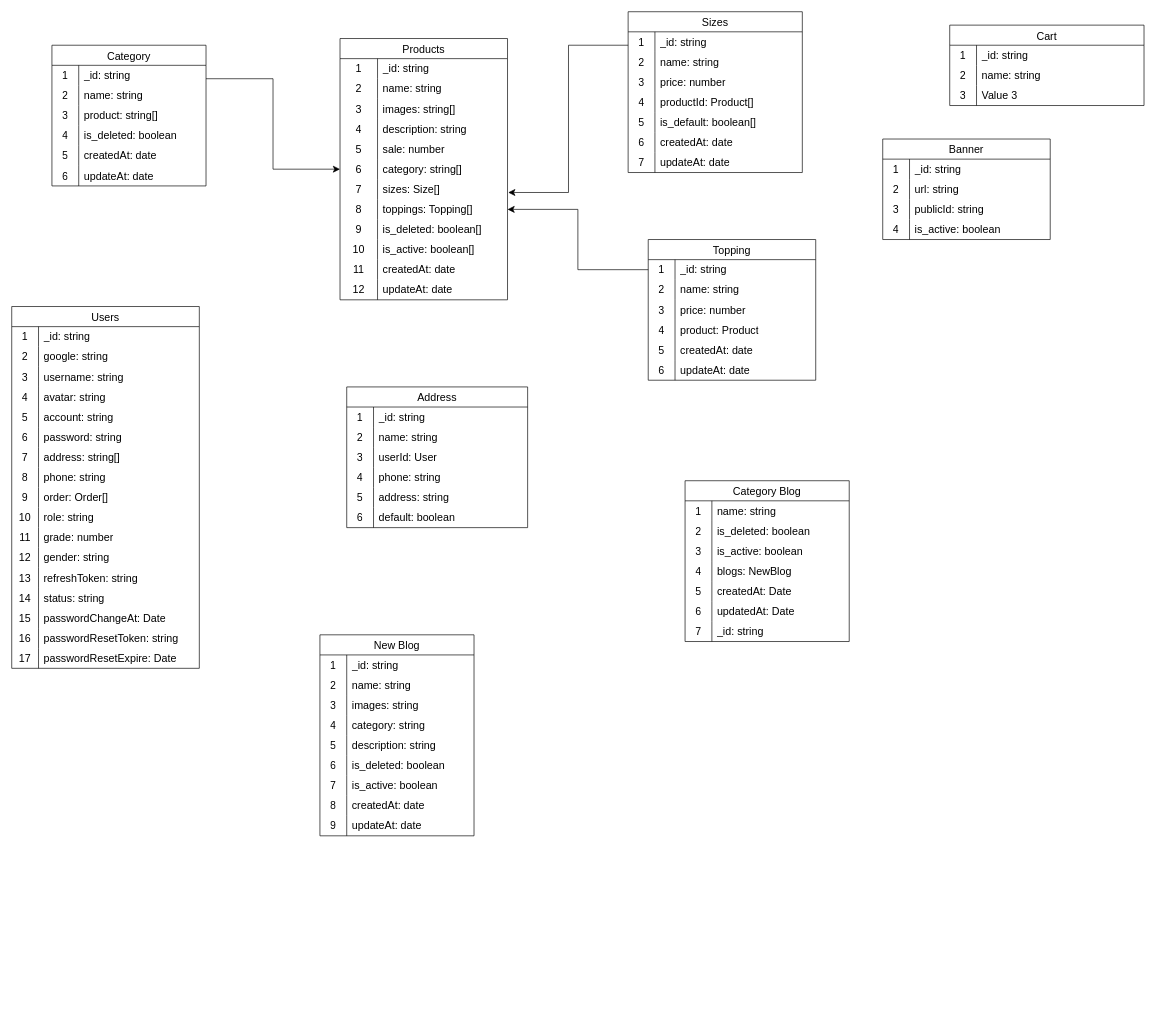
The draw.io diagram da.drawio in dangtienhung/datn-admin-quan-ly-cua-hang, before the edit. Source tidied: cells renumbered, new cells numbered last; positions are measured from the earlier drawing's top-left corner, leaving out a move shared by most shapes. Both pictures are drawn from the tidied source at 67%, with x=0, y=0 at pixel (11, 11).
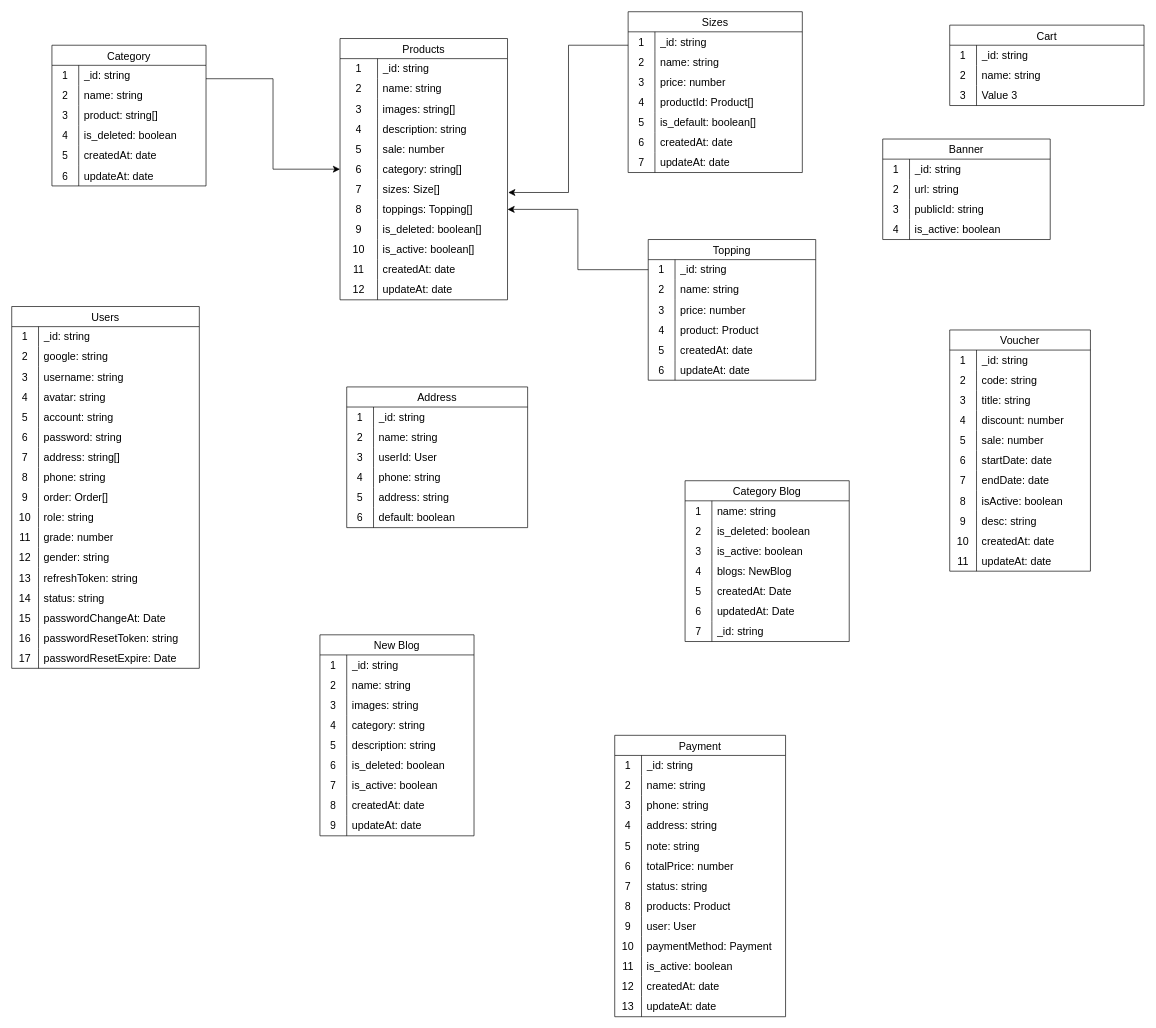
The same page after the edit.

Commit message (it also covers changes not shown here):
Cập nhật da.drawio

What changed in the source:
```diff
@@
+    <mxCell id="246" value="Payment" style="shape=table;startSize=30;childLayout=tableLayout;rowLines=0;fontStyle=0;strokeColor=default;fontSize=16;" parent="1" vertex="1">
+      <mxGeometry x="900" y="1080" width="255" height="420" as="geometry" />
+    </mxCell>
+    <mxCell id="247" style="shape=tableRow;horizontal=0;startSize=0;swimlaneHead=0;swimlaneBody=0;top=0;left=0;bottom=0;right=0;fillColor=none;strokeColor=inherit;fontSize=16;" parent="246" vertex="1">
+      <mxGeometry y="30" width="255" height="30" as="geometry" />
+    </mxCell>
+    <mxCell id="248" value="1" style="shape=partialRectangle;html=1;whiteSpace=wrap;fillColor=none;top=0;left=0;bottom=0;right=0;overflow=hidden;strokeColor=inherit;fontSize=16;" parent="247" vertex="1">
+      <mxGeometry width="40" height="30" as="geometry" />
+    </mxCell>
+    <mxCell id="249" value="_id: string" style="shape=partialRectangle;html=1;whiteSpace=wrap;fillColor=none;top=0;left=0;bottom=0;right=0;align=left;spacingLeft=6;overflow=hidden;strokeColor=inherit;fontSize=16;" parent="247" vertex="1">
+      <mxGeometry x="40" width="215" height="30" as="geometry" />
+    </mxCell>
+    <mxCell id="250" style="shape=tableRow;horizontal=0;startSize=0;swimlaneHead=0;swimlaneBody=0;top=0;left=0;bottom=0;right=0;fillColor=none;strokeColor=inherit;fontSize=16;" parent="246" vertex="1">
+      <mxGeometry y="60" width="255" height="30" as="geometry" />
+    </mxCell>
+    <mxCell id="251" value="2" style="shape=partialRectangle;html=1;whiteSpace=wrap;fillColor=none;top=0;left=0;bottom=0;right=0;overflow=hidden;strokeColor=inherit;fontSize=16;" parent="250" vertex="1">
+      <mxGeometry width="40" height="30" as="geometry" />
+    </mxCell>
+    <mxCell id="252" value="name: string" style="shape=partialRectangle;html=1;whiteSpace=wrap;fillColor=none;top=0;left=0;bottom=0;right=0;align=left;spacingLeft=6;overflow=hidden;strokeColor=inherit;fontSize=16;" parent="250" vertex="1">
+      <mxGeometry x="40" width="215" height="30" as="geometry" />
+    </mxCell>
+    <mxCell id="253" style="shape=tableRow;horizontal=0;startSize=0;swimlaneHead=0;swimlaneBody=0;top=0;left=0;bottom=0;right=0;fillColor=none;strokeColor=inherit;fontSize=16;" parent="246" vertex="1">
+      <mxGeometry y="90" width="255" height="30" as="geometry" />
+    </mxCell>
+    <mxCell id="254" value="3" style="shape=partialRectangle;html=1;whiteSpace=wrap;fillColor=none;top=0;left=0;bottom=0;right=0;overflow=hidden;strokeColor=inherit;fontSize=16;" parent="253" vertex="1">
+      <mxGeometry width="40" height="30" as="geometry" />
+    </mxCell>
+    <mxCell id="255" value="phone: string" style="shape=partialRectangle;html=1;whiteSpace=wrap;fillColor=none;top=0;left=0;bottom=0;right=0;align=left;spacingLeft=6;overflow=hidden;strokeColor=inherit;fontSize=16;" parent="253" vertex="1">
+      <mxGeometry x="40" width="215" height="30" as="geometry" />
+    </mxCell>
+    <mxCell id="256" style="shape=tableRow;horizontal=0;startSize=0;swimlaneHead=0;swimlaneBody=0;top=0;left=0;bottom=0;right=0;fillColor=none;strokeColor=inherit;fontSize=16;" parent="246" vertex="1">
+      <mxGeometry y="120" width="255" height="30" as="geometry" />
+    </mxCell>
+    <mxCell id="257" value="4" style="shape=partialRectangle;html=1;whiteSpace=wrap;fillColor=none;top=0;left=0;bottom=0;right=0;overflow=hidden;strokeColor=inherit;fontSize=16;" parent="256" vertex="1">
+      <mxGeometry width="40" height="30" as="geometry" />
+    </mxCell>
+    <mxCell id="258" value="address: string" style="shape=partialRectangle;html=1;whiteSpace=wrap;fillColor=none;top=0;left=0;bottom=0;right=0;align=left;spacingLeft=6;overflow=hidden;strokeColor=inherit;fontSize=16;" parent="256" vertex="1">
+      <mxGeometry x="40" width="215" height="30" as="geometry" />
+    </mxCell>
+    <mxCell id="259" style="shape=tableRow;horizontal=0;startSize=0;swimlaneHead=0;swimlaneBody=0;top=0;left=0;bottom=0;right=0;fillColor=none;strokeColor=inherit;fontSize=16;" parent="246" vertex="1">
+      <mxGeometry y="150" width="255" height="30" as="geometry" />
+    </mxCell>
+    <mxCell id="260" value="5" style="shape=partialRectangle;html=1;whiteSpace=wrap;fillColor=none;top=0;left=0;bottom=0;right=0;overflow=hidden;strokeColor=inherit;fontSize=16;" parent="259" vertex="1">
+      <mxGeometry width="40" height="30" as="geometry" />
+    </mxCell>
+    <mxCell id="261" value="note: string" style="shape=partialRectangle;html=1;whiteSpace=wrap;fillColor=none;top=0;left=0;bottom=0;right=0;align=left;spacingLeft=6;overflow=hidden;strokeColor=inherit;fontSize=16;" parent="259" vertex="1">
+      <mxGeometry x="40" width="215" height="30" as="geometry" />
+    </mxCell>
+    <mxCell id="262" style="shape=tableRow;horizontal=0;startSize=0;swimlaneHead=0;swimlaneBody=0;top=0;left=0;bottom=0;right=0;fillColor=none;strokeColor=inherit;fontSize=16;" parent="246" vertex="1">
+      <mxGeometry y="180" width="255" height="30" as="geometry" />
+    </mxCell>
+    <mxCell id="263" value="6" style="shape=partialRectangle;html=1;whiteSpace=wrap;fillColor=none;top=0;left=0;bottom=0;right=0;overflow=hidden;strokeColor=inherit;fontSize=16;" parent="262" vertex="1">
+      <mxGeometry width="40" height="30" as="geometry" />
+    </mxCell>
+    <mxCell id="264" value="totalPrice: number" style="shape=partialRectangle;html=1;whiteSpace=wrap;fillColor=none;top=0;left=0;bottom=0;right=0;align=left;spacingLeft=6;overflow=hidden;strokeColor=inherit;fontSize=16;" parent="262" vertex="1">
+      <mxGeometry x="40" width="215" height="30" as="geometry" />
+    </mxCell>
+    <mxCell id="265" style="shape=tableRow;horizontal=0;startSize=0;swimlaneHead=0;swimlaneBody=0;top=0;left=0;bottom=0;right=0;fillColor=none;strokeColor=inherit;fontSize=16;" parent="246" vertex="1">
+      <mxGeometry y="210" width="255" height="30" as="geometry" />
+    </mxCell>
+    <mxCell id="266" value="7" style="shape=partialRectangle;html=1;whiteSpace=wrap;fillColor=none;top=0;left=0;bottom=0;right=0;overflow=hidden;strokeColor=inherit;fontSize=16;" parent="265" vertex="1">
+      <mxGeometry width="40" height="30" as="geometry" />
+    </mxCell>
+    <mxCell id="267" value="status: string" style="shape=partialRectangle;html=1;whiteSpace=wrap;fillColor=none;top=0;left=0;bottom=0;right=0;align=left;spacingLeft=6;overflow=hidden;strokeColor=inherit;fontSize=16;" parent="265" vertex="1">
+      <mxGeometry x="40" width="215" height="30" as="geometry" />
+    </mxCell>
+    <mxCell id="268" style="shape=tableRow;horizontal=0;startSize=0;swimlaneHead=0;swimlaneBody=0;top=0;left=0;bottom=0;right=0;fillColor=none;strokeColor=inherit;fontSize=16;" parent="246" vertex="1">
+      <mxGeometry y="240" width="255" height="30" as="geometry" />
+    </mxCell>
+    <mxCell id="269" value="8" style="shape=partialRectangle;html=1;whiteSpace=wrap;fillColor=none;top=0;left=0;bottom=0;right=0;overflow=hidden;strokeColor=inherit;fontSize=16;" parent="268" vertex="1">
+      <mxGeometry width="40" height="30" as="geometry" />
+    </mxCell>
+    <mxCell id="270" value="products: Product" style="shape=partialRectangle;html=1;whiteSpace=wrap;fillColor=none;top=0;left=0;bottom=0;right=0;align=left;spacingLeft=6;overflow=hidden;strokeColor=inherit;fontSize=16;" parent="268" vertex="1">
+      <mxGeometry x="40" width="215" height="30" as="geometry" />
+    </mxCell>
+    <mxCell id="271" style="shape=tableRow;horizontal=0;startSize=0;swimlaneHead=0;swimlaneBody=0;top=0;left=0;bottom=0;right=0;fillColor=none;strokeColor=inherit;fontSize=16;" parent="246" vertex="1">
+      <mxGeometry y="270" width="255" height="30" as="geometry" />
+    </mxCell>
+    <mxCell id="272" value="9" style="shape=partialRectangle;html=1;whiteSpace=wrap;fillColor=none;top=0;left=0;bottom=0;right=0;overflow=hidden;strokeColor=inherit;fontSize=16;" parent="271" vertex="1">
+      <mxGeometry width="40" height="30" as="geometry" />
+    </mxCell>
+    <mxCell id="273" value="user: User" style="shape=partialRectangle;html=1;whiteSpace=wrap;fillColor=none;top=0;left=0;bottom=0;right=0;align=left;spacingLeft=6;overflow=hidden;strokeColor=inherit;fontSize=16;" parent="271" vertex="1">
+      <mxGeometry x="40" width="215" height="30" as="geometry" />
+    </mxCell>
+    <mxCell id="274" style="shape=tableRow;horizontal=0;startSize=0;swimlaneHead=0;swimlaneBody=0;top=0;left=0;bottom=0;right=0;fillColor=none;strokeColor=inherit;fontSize=16;" parent="246" vertex="1">
+      <mxGeometry y="300" width="255" height="30" as="geometry" />
+    </mxCell>
+    <mxCell id="275" value="10" style="shape=partialRectangle;html=1;whiteSpace=wrap;fillColor=none;top=0;left=0;bottom=0;right=0;overflow=hidden;strokeColor=inherit;fontSize=16;" parent="274" vertex="1">
+      <mxGeometry width="40" height="30" as="geometry" />
+    </mxCell>
+    <mxCell id="276" value="paymentMethod: Payment" style="shape=partialRectangle;html=1;whiteSpace=wrap;fillColor=none;top=0;left=0;bottom=0;right=0;align=left;spacingLeft=6;overflow=hidden;strokeColor=inherit;fontSize=16;" parent="274" vertex="1">
+      <mxGeometry x="40" width="215" height="30" as="geometry" />
+    </mxCell>
+    <mxCell id="277" style="shape=tableRow;horizontal=0;startSize=0;swimlaneHead=0;swimlaneBody=0;top=0;left=0;bottom=0;right=0;fillColor=none;strokeColor=inherit;fontSize=16;" parent="246" vertex="1">
+      <mxGeometry y="330" width="255" height="30" as="geometry" />
+    </mxCell>
+    <mxCell id="278" value="11" style="shape=partialRectangle;html=1;whiteSpace=wrap;fillColor=none;top=0;left=0;bottom=0;right=0;overflow=hidden;strokeColor=inherit;fontSize=16;" parent="277" vertex="1">
+      <mxGeometry width="40" height="30" as="geometry" />
+    </mxCell>
+    <mxCell id="279" value="is_active: boolean" style="shape=partialRectangle;html=1;whiteSpace=wrap;fillColor=none;top=0;left=0;bottom=0;right=0;align=left;spacingLeft=6;overflow=hidden;strokeColor=inherit;fontSize=16;" parent="277" vertex="1">
+      <mxGeometry x="40" width="215" height="30" as="geometry" />
+    </mxCell>
+    <mxCell id="280" style="shape=tableRow;horizontal=0;startSize=0;swimlaneHead=0;swimlaneBody=0;top=0;left=0;bottom=0;right=0;fillColor=none;strokeColor=inherit;fontSize=16;" parent="246" vertex="1">
+      <mxGeometry y="360" width="255" height="30" as="geometry" />
+    </mxCell>
+    <mxCell id="281" value="12" style="shape=partialRectangle;html=1;whiteSpace=wrap;fillColor=none;top=0;left=0;bottom=0;right=0;overflow=hidden;strokeColor=inherit;fontSize=16;" parent="280" vertex="1">
+      <mxGeometry width="40" height="30" as="geometry" />
+    </mxCell>
+    <mxCell id="282" value="createdAt: date" style="shape=partialRectangle;html=1;whiteSpace=wrap;fillColor=none;top=0;left=0;bottom=0;right=0;align=left;spacingLeft=6;overflow=hidden;strokeColor=inherit;fontSize=16;" parent="280" vertex="1">
+      <mxGeometry x="40" width="215" height="30" as="geometry" />
+    </mxCell>
+    <mxCell id="283" style="shape=tableRow;horizontal=0;startSize=0;swimlaneHead=0;swimlaneBody=0;top=0;left=0;bottom=0;right=0;fillColor=none;strokeColor=inherit;fontSize=16;" parent="246" vertex="1">
+      <mxGeometry y="390" width="255" height="30" as="geometry" />
+    </mxCell>
+    <mxCell id="284" value="13" style="shape=partialRectangle;html=1;whiteSpace=wrap;fillColor=none;top=0;left=0;bottom=0;right=0;overflow=hidden;strokeColor=inherit;fontSize=16;" parent="283" vertex="1">
+      <mxGeometry width="40" height="30" as="geometry" />
+    </mxCell>
+    <mxCell id="285" value="updateAt: date" style="shape=partialRectangle;html=1;whiteSpace=wrap;fillColor=none;top=0;left=0;bottom=0;right=0;align=left;spacingLeft=6;overflow=hidden;strokeColor=inherit;fontSize=16;" parent="283" vertex="1">
+      <mxGeometry x="40" width="215" height="30" as="geometry" />
+    </mxCell>
+    <mxCell id="286" value="Voucher" style="shape=table;startSize=30;childLayout=tableLayout;rowLines=0;fontStyle=0;strokeColor=default;fontSize=16;" parent="1" vertex="1">
+      <mxGeometry x="1400" y="475" width="210" height="360" as="geometry" />
+    </mxCell>
+    <mxCell id="287" style="shape=tableRow;horizontal=0;startSize=0;swimlaneHead=0;swimlaneBody=0;top=0;left=0;bottom=0;right=0;fillColor=none;strokeColor=inherit;fontSize=16;" parent="286" vertex="1">
+      <mxGeometry y="30" width="210" height="30" as="geometry" />
+    </mxCell>
+    <mxCell id="288" value="1" style="shape=partialRectangle;html=1;whiteSpace=wrap;fillColor=none;top=0;left=0;bottom=0;right=0;overflow=hidden;strokeColor=inherit;fontSize=16;" parent="287" vertex="1">
+      <mxGeometry width="40" height="30" as="geometry" />
+    </mxCell>
+    <mxCell id="289" value="_id: string" style="shape=partialRectangle;html=1;whiteSpace=wrap;fillColor=none;top=0;left=0;bottom=0;right=0;align=left;spacingLeft=6;overflow=hidden;strokeColor=inherit;fontSize=16;" parent="287" vertex="1">
+      <mxGeometry x="40" width="170" height="30" as="geometry" />
+    </mxCell>
+    <mxCell id="290" style="shape=tableRow;horizontal=0;startSize=0;swimlaneHead=0;swimlaneBody=0;top=0;left=0;bottom=0;right=0;fillColor=none;strokeColor=inherit;fontSize=16;" parent="286" vertex="1">
+      <mxGeometry y="60" width="210" height="30" as="geometry" />
+    </mxCell>
+    <mxCell id="291" value="2" style="shape=partialRectangle;html=1;whiteSpace=wrap;fillColor=none;top=0;left=0;bottom=0;right=0;overflow=hidden;strokeColor=inherit;fontSize=16;" parent="290" vertex="1">
+      <mxGeometry width="40" height="30" as="geometry" />
+    </mxCell>
+    <mxCell id="292" value="code: string" style="shape=partialRectangle;html=1;whiteSpace=wrap;fillColor=none;top=0;left=0;bottom=0;right=0;align=left;spacingLeft=6;overflow=hidden;strokeColor=inherit;fontSize=16;" parent="290" vertex="1">
+      <mxGeometry x="40" width="170" height="30" as="geometry" />
+    </mxCell>
+    <mxCell id="293" style="shape=tableRow;horizontal=0;startSize=0;swimlaneHead=0;swimlaneBody=0;top=0;left=0;bottom=0;right=0;fillColor=none;strokeColor=inherit;fontSize=16;" parent="286" vertex="1">
+      <mxGeometry y="90" width="210" height="30" as="geometry" />
+    </mxCell>
+    <mxCell id="294" value="3" style="shape=partialRectangle;html=1;whiteSpace=wrap;fillColor=none;top=0;left=0;bottom=0;right=0;overflow=hidden;strokeColor=inherit;fontSize=16;" parent="293" vertex="1">
+      <mxGeometry width="40" height="30" as="geometry" />
+    </mxCell>
+    <mxCell id="295" value="title: string" style="shape=partialRectangle;html=1;whiteSpace=wrap;fillColor=none;top=0;left=0;bottom=0;right=0;align=left;spacingLeft=6;overflow=hidden;strokeColor=inherit;fontSize=16;" parent="293" vertex="1">
+      <mxGeometry x="40" width="170" height="30" as="geometry" />
+    </mxCell>
+    <mxCell id="296" style="shape=tableRow;horizontal=0;startSize=0;swimlaneHead=0;swimlaneBody=0;top=0;left=0;bottom=0;right=0;fillColor=none;strokeColor=inherit;fontSize=16;" parent="286" vertex="1">
+      <mxGeometry y="120" width="210" height="30" as="geometry" />
+    </mxCell>
+    <mxCell id="297" value="4" style="shape=partialRectangle;html=1;whiteSpace=wrap;fillColor=none;top=0;left=0;bottom=0;right=0;overflow=hidden;strokeColor=inherit;fontSize=16;" parent="296" vertex="1">
+      <mxGeometry width="40" height="30" as="geometry" />
+    </mxCell>
+    <mxCell id="298" value="discount: number" style="shape=partialRectangle;html=1;whiteSpace=wrap;fillColor=none;top=0;left=0;bottom=0;right=0;align=left;spacingLeft=6;overflow=hidden;strokeColor=inherit;fontSize=16;" parent="296" vertex="1">
+      <mxGeometry x="40" width="170" height="30" as="geometry" />
+    </mxCell>
+    <mxCell id="299" style="shape=tableRow;horizontal=0;startSize=0;swimlaneHead=0;swimlaneBody=0;top=0;left=0;bottom=0;right=0;fillColor=none;strokeColor=inherit;fontSize=16;" parent="286" vertex="1">
+      <mxGeometry y="150" width="210" height="30" as="geometry" />
+    </mxCell>
+    <mxCell id="300" value="5" style="shape=partialRectangle;html=1;whiteSpace=wrap;fillColor=none;top=0;left=0;bottom=0;right=0;overflow=hidden;strokeColor=inherit;fontSize=16;" parent="299" vertex="1">
+      <mxGeometry width="40" height="30" as="geometry" />
+    </mxCell>
+    <mxCell id="301" value="sale: number" style="shape=partialRectangle;html=1;whiteSpace=wrap;fillColor=none;top=0;left=0;bottom=0;right=0;align=left;spacingLeft=6;overflow=hidden;strokeColor=inherit;fontSize=16;" parent="299" vertex="1">
+      <mxGeometry x="40" width="170" height="30" as="geometry" />
+    </mxCell>
+    <mxCell id="302" style="shape=tableRow;horizontal=0;startSize=0;swimlaneHead=0;swimlaneBody=0;top=0;left=0;bottom=0;right=0;fillColor=none;strokeColor=inherit;fontSize=16;" parent="286" vertex="1">
+      <mxGeometry y="180" width="210" height="30" as="geometry" />
+    </mxCell>
+    <mxCell id="303" value="6" style="shape=partialRectangle;html=1;whiteSpace=wrap;fillColor=none;top=0;left=0;bottom=0;right=0;overflow=hidden;strokeColor=inherit;fontSize=16;" parent="302" vertex="1">
+      <mxGeometry width="40" height="30" as="geometry" />
+    </mxCell>
+    <mxCell id="304" value="startDate: date" style="shape=partialRectangle;html=1;whiteSpace=wrap;fillColor=none;top=0;left=0;bottom=0;right=0;align=left;spacingLeft=6;overflow=hidden;strokeColor=inherit;fontSize=16;" parent="302" vertex="1">
+      <mxGeometry x="40" width="170" height="30" as="geometry" />
+    </mxCell>
+    <mxCell id="305" style="shape=tableRow;horizontal=0;startSize=0;swimlaneHead=0;swimlaneBody=0;top=0;left=0;bottom=0;right=0;fillColor=none;strokeColor=inherit;fontSize=16;" parent="286" vertex="1">
+      <mxGeometry y="210" width="210" height="30" as="geometry" />
+    </mxCell>
+    <mxCell id="306" value="7" style="shape=partialRectangle;html=1;whiteSpace=wrap;fillColor=none;top=0;left=0;bottom=0;right=0;overflow=hidden;strokeColor=inherit;fontSize=16;" parent="305" vertex="1">
+      <mxGeometry width="40" height="30" as="geometry" />
+    </mxCell>
+    <mxCell id="307" value="endDate: date" style="shape=partialRectangle;html=1;whiteSpace=wrap;fillColor=none;top=0;left=0;bottom=0;right=0;align=left;spacingLeft=6;overflow=hidden;strokeColor=inherit;fontSize=16;" parent="305" vertex="1">
+      <mxGeometry x="40" width="170" height="30" as="geometry" />
+    </mxCell>
+    <mxCell id="308" style="shape=tableRow;horizontal=0;startSize=0;swimlaneHead=0;swimlaneBody=0;top=0;left=0;bottom=0;right=0;fillColor=none;strokeColor=inherit;fontSize=16;" parent="286" vertex="1">
+      <mxGeometry y="240" width="210" height="30" as="geometry" />
+    </mxCell>
+    <mxCell id="309" value="8" style="shape=partialRectangle;html=1;whiteSpace=wrap;fillColor=none;top=0;left=0;bottom=0;right=0;overflow=hidden;strokeColor=inherit;fontSize=16;" parent="308" vertex="1">
+      <mxGeometry width="40" height="30" as="geometry" />
+    </mxCell>
+    <mxCell id="310" value="isActive: boolean" style="shape=partialRectangle;html=1;whiteSpace=wrap;fillColor=none;top=0;left=0;bottom=0;right=0;align=left;spacingLeft=6;overflow=hidden;strokeColor=inherit;fontSize=16;" parent="308" vertex="1">
+      <mxGeometry x="40" width="170" height="30" as="geometry" />
+    </mxCell>
+    <mxCell id="311" style="shape=tableRow;horizontal=0;startSize=0;swimlaneHead=0;swimlaneBody=0;top=0;left=0;bottom=0;right=0;fillColor=none;strokeColor=inherit;fontSize=16;" parent="286" vertex="1">
+      <mxGeometry y="270" width="210" height="30" as="geometry" />
+    </mxCell>
+    <mxCell id="312" value="9" style="shape=partialRectangle;html=1;whiteSpace=wrap;fillColor=none;top=0;left=0;bottom=0;right=0;overflow=hidden;strokeColor=inherit;fontSize=16;" parent="311" vertex="1">
+      <mxGeometry width="40" height="30" as="geometry" />
+    </mxCell>
+    <mxCell id="313" value="desc: string" style="shape=partialRectangle;html=1;whiteSpace=wrap;fillColor=none;top=0;left=0;bottom=0;right=0;align=left;spacingLeft=6;overflow=hidden;strokeColor=inherit;fontSize=16;" parent="311" vertex="1">
+      <mxGeometry x="40" width="170" height="30" as="geometry" />
+    </mxCell>
+    <mxCell id="314" style="shape=tableRow;horizontal=0;startSize=0;swimlaneHead=0;swimlaneBody=0;top=0;left=0;bottom=0;right=0;fillColor=none;strokeColor=inherit;fontSize=16;" parent="286" vertex="1">
+      <mxGeometry y="300" width="210" height="30" as="geometry" />
+    </mxCell>
+    <mxCell id="315" value="10" style="shape=partialRectangle;html=1;whiteSpace=wrap;fillColor=none;top=0;left=0;bottom=0;right=0;overflow=hidden;strokeColor=inherit;fontSize=16;" parent="314" vertex="1">
+      <mxGeometry width="40" height="30" as="geometry" />
+    </mxCell>
+    <mxCell id="316" value="createdAt: date" style="shape=partialRectangle;html=1;whiteSpace=wrap;fillColor=none;top=0;left=0;bottom=0;right=0;align=left;spacingLeft=6;overflow=hidden;strokeColor=inherit;fontSize=16;" parent="314" vertex="1">
+      <mxGeometry x="40" width="170" height="30" as="geometry" />
+    </mxCell>
+    <mxCell id="317" style="shape=tableRow;horizontal=0;startSize=0;swimlaneHead=0;swimlaneBody=0;top=0;left=0;bottom=0;right=0;fillColor=none;strokeColor=inherit;fontSize=16;" parent="286" vertex="1">
+      <mxGeometry y="330" width="210" height="30" as="geometry" />
+    </mxCell>
+    <mxCell id="318" value="11" style="shape=partialRectangle;html=1;whiteSpace=wrap;fillColor=none;top=0;left=0;bottom=0;right=0;overflow=hidden;strokeColor=inherit;fontSize=16;" parent="317" vertex="1">
+      <mxGeometry width="40" height="30" as="geometry" />
+    </mxCell>
+    <mxCell id="319" value="updateAt: date" style="shape=partialRectangle;html=1;whiteSpace=wrap;fillColor=none;top=0;left=0;bottom=0;right=0;align=left;spacingLeft=6;overflow=hidden;strokeColor=inherit;fontSize=16;" parent="317" vertex="1">
+      <mxGeometry x="40" width="170" height="30" as="geometry" />
+    </mxCell>
```
